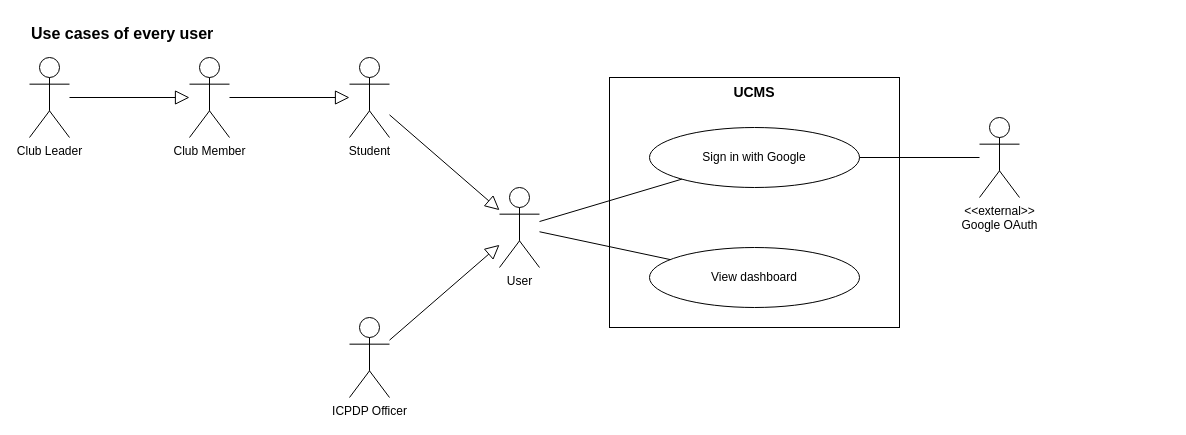
This is page "User" (1 of 9) of docs/03-diagrams/UCMS_UseCase_ByActor.drawio from nvdekay/ClubManagementSystem, a draw.io file, before an edit. Source tidied: cells renumbered, new cells numbered last; positions are measured from the earlier drawing's top-left corner, leaving out a move shared by most shapes. Both pictures are drawn from the tidied source at 100%, with x=0, y=0 at pixel (29, 17).
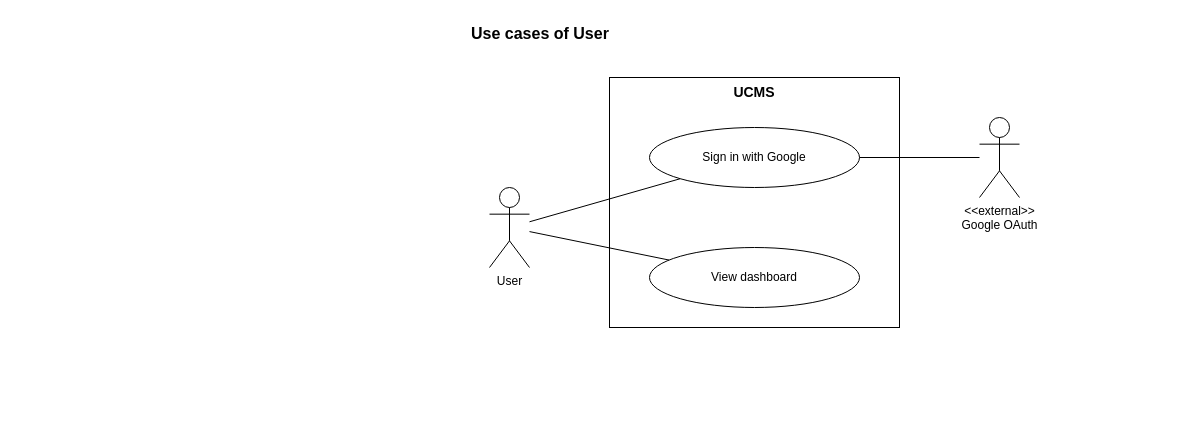
The same diagram, later.

Commit message (it also covers changes not shown here):
docs(diagrams): reduce use case page "All users" to a single User actor

What changed in the source:
```diff
@@
 <mxGraphModel background="#ffffff">
   <root>
     <mxCell id="0" />
     <mxCell id="1" parent="0" />
-    <mxCell id="2" value="Use cases of every user" style="text;html=1;fontStyle=1;fontSize=16;align=left;" parent="1" vertex="1">
-      <mxGeometry width="700" height="30" as="geometry" />
+    <mxCell id="2" value="Use cases of User" style="text;html=1;fontStyle=1;fontSize=16;align=left;" parent="1" vertex="1">
+      <mxGeometry x="440" width="700" height="30" as="geometry" />
     </mxCell>
     <mxCell id="3" value="UCMS" style="rounded=0;whiteSpace=wrap;html=1;fillColor=none;strokeColor=#000000;verticalAlign=top;fontStyle=1;fontSize=14;" parent="1" vertex="1">
       <mxGeometry x="580" y="60" width="290" height="250" as="geometry" />
     </mxCell>
-    <mxCell id="4" value="Club Leader" style="shape=umlActor;verticalLabelPosition=bottom;verticalAlign=top;html=1;outlineConnect=0;fillColor=#ffffff;strokeColor=#000000;" parent="1" vertex="1">
-      <mxGeometry y="40" width="40" height="80" as="geometry" />
-    </mxCell>
-    <mxCell id="5" value="Club Member" style="shape=umlActor;verticalLabelPosition=bottom;verticalAlign=top;html=1;outlineConnect=0;fillColor=#ffffff;strokeColor=#000000;" parent="1" vertex="1">
-      <mxGeometry x="160" y="40" width="40" height="80" as="geometry" />
-    </mxCell>
-    <mxCell id="6" value="Student" style="shape=umlActor;verticalLabelPosition=bottom;verticalAlign=top;html=1;outlineConnect=0;fillColor=#ffffff;strokeColor=#000000;" parent="1" vertex="1">
-      <mxGeometry x="320" y="40" width="40" height="80" as="geometry" />
-    </mxCell>
-    <mxCell id="7" value="ICPDP Officer" style="shape=umlActor;verticalLabelPosition=bottom;verticalAlign=top;html=1;outlineConnect=0;fillColor=#ffffff;strokeColor=#000000;" parent="1" vertex="1">
-      <mxGeometry x="320" y="300" width="40" height="80" as="geometry" />
-    </mxCell>
     <mxCell id="8" value="User" style="shape=umlActor;verticalLabelPosition=bottom;verticalAlign=top;html=1;outlineConnect=0;fillColor=#ffffff;strokeColor=#000000;" parent="1" vertex="1">
-      <mxGeometry x="470" y="170" width="40" height="80" as="geometry" />
+      <mxGeometry x="460" y="170" width="40" height="80" as="geometry" />
     </mxCell>
-    <mxCell id="9" style="endArrow=block;endFill=0;endSize=12;html=1;strokeColor=#000000;" parent="1" edge="1" source="4" target="5">
-      <mxGeometry relative="1" as="geometry" />
-    </mxCell>
-    <mxCell id="10" style="endArrow=block;endFill=0;endSize=12;html=1;strokeColor=#000000;" parent="1" edge="1" source="5" target="6">
-      <mxGeometry relative="1" as="geometry" />
-    </mxCell>
-    <mxCell id="11" style="endArrow=block;endFill=0;endSize=12;html=1;strokeColor=#000000;" parent="1" edge="1" source="6" target="8">
-      <mxGeometry relative="1" as="geometry" />
-    </mxCell>
-    <mxCell id="12" style="endArrow=block;endFill=0;endSize=12;html=1;strokeColor=#000000;" parent="1" edge="1" source="7" target="8">
-      <mxGeometry relative="1" as="geometry" />
-    </mxCell>
     <mxCell id="13" value="Sign in with Google" style="ellipse;whiteSpace=wrap;html=1;fillColor=#ffffff;strokeColor=#000000;fontSize=12;" parent="1" vertex="1">
       <mxGeometry x="620" y="110" width="210" height="60" as="geometry" />
     </mxCell>
     <mxCell id="14" value="View dashboard" style="ellipse;whiteSpace=wrap;html=1;fillColor=#ffffff;strokeColor=#000000;fontSize=12;" parent="1" vertex="1">
       <mxGeometry x="620" y="230" width="210" height="60" as="geometry" />
     </mxCell>
     <mxCell id="15" value="&amp;lt;&amp;lt;external&amp;gt;&amp;gt;&lt;br&gt;Google OAuth" style="shape=umlActor;verticalLabelPosition=bottom;verticalAlign=top;html=1;outlineConnect=0;fillColor=#ffffff;strokeColor=#000000;" parent="1" vertex="1">
       <mxGeometry x="950" y="100" width="40" height="80" as="geometry" />
     </mxCell>
     <mxCell id="16" style="endArrow=none;html=1;strokeColor=#000000;" parent="1" edge="1" source="8" target="13">
       <mxGeometry relative="1" as="geometry" />
     </mxCell>
     <mxCell id="17" style="endArrow=none;html=1;strokeColor=#000000;" parent="1" edge="1" source="8" target="14">
       <mxGeometry relative="1" as="geometry" />
     </mxCell>
     <mxCell id="18" style="endArrow=none;html=1;strokeColor=#000000;" parent="1" edge="1" source="13" target="15">
       <mxGeometry relative="1" as="geometry" />
     </mxCell>
   </root>
 </mxGraphModel>
```
